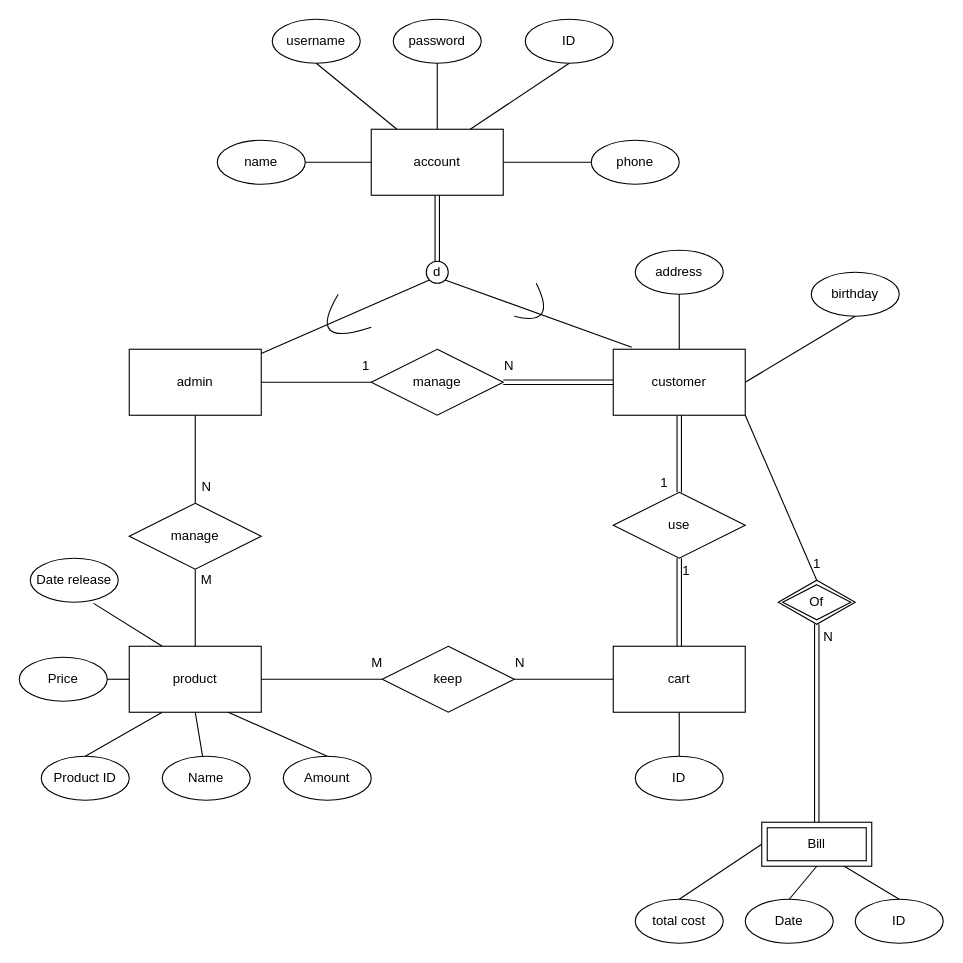
This is diagram/erd.drawio from HpT2/LapTrinhWeb-222, a draw.io file, before an edit. Source tidied: cells renumbered, new cells numbered last; positions are measured from the earlier drawing's top-left corner, leaving out a move shared by most shapes. Both pictures are drawn from the tidied source at 110%, with x=0, y=0 at pixel (19, 19).
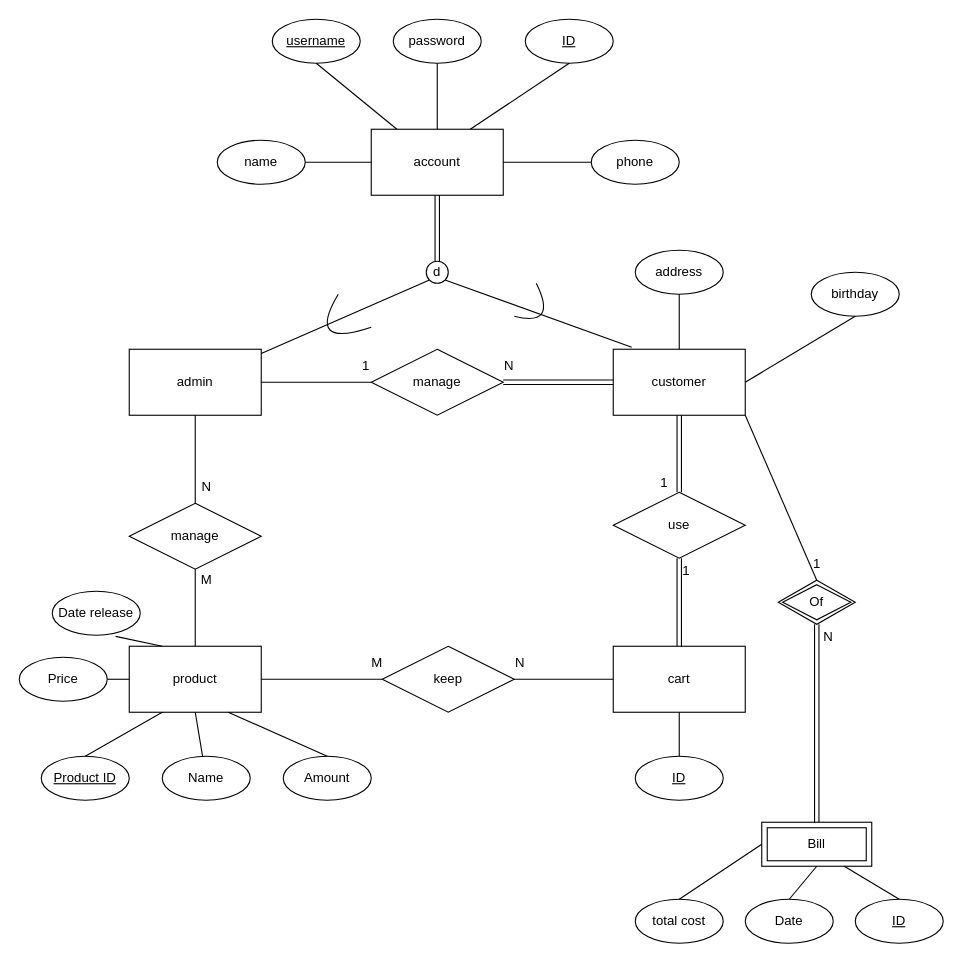
After the change.

Commit message (it also covers changes not shown here):
complete erd + relational

The edit, as a diff of the source:
```diff
@@
-    <mxCell id="7" value="username" style="ellipse;whiteSpace=wrap;html=1;" parent="1" vertex="1">
+    <mxCell id="7" value="&lt;u&gt;username&lt;/u&gt;" style="ellipse;whiteSpace=wrap;html=1;" parent="1" vertex="1">
       <mxGeometry x="230" width="80" height="40" as="geometry" />
     </mxCell>
@@
-    <mxCell id="11" value="ID" style="ellipse;whiteSpace=wrap;html=1;" parent="1" vertex="1">
+    <mxCell id="11" value="&lt;u&gt;ID&lt;/u&gt;" style="ellipse;whiteSpace=wrap;html=1;" parent="1" vertex="1">
       <mxGeometry x="460" width="80" height="40" as="geometry" />
     </mxCell>
@@
-    <mxCell id="42" value="Product ID" style="ellipse;whiteSpace=wrap;html=1;" parent="1" vertex="1">
+    <mxCell id="42" value="&lt;u&gt;Product ID&lt;/u&gt;" style="ellipse;whiteSpace=wrap;html=1;" parent="1" vertex="1">
       <mxGeometry x="20" y="670" width="80" height="40" as="geometry" />
     </mxCell>
@@
     <mxCell id="46" value="Date release" style="ellipse;whiteSpace=wrap;html=1;" parent="1" vertex="1">
-      <mxGeometry x="10" y="490" width="80" height="40" as="geometry" />
+      <mxGeometry x="30" y="520" width="80" height="40" as="geometry" />
     </mxCell>
@@
-    <mxCell id="58" value="ID" style="ellipse;whiteSpace=wrap;html=1;" parent="1" vertex="1">
+    <mxCell id="58" value="&lt;u&gt;ID&lt;/u&gt;" style="ellipse;whiteSpace=wrap;html=1;" parent="1" vertex="1">
       <mxGeometry x="760" y="800" width="80" height="40" as="geometry" />
     </mxCell>
@@
-    <mxCell id="64" value="ID" style="ellipse;whiteSpace=wrap;html=1;" parent="1" vertex="1">
+    <mxCell id="64" value="&lt;u&gt;ID&lt;/u&gt;" style="ellipse;whiteSpace=wrap;html=1;" parent="1" vertex="1">
       <mxGeometry x="560" y="670" width="80" height="40" as="geometry" />
     </mxCell>
```
